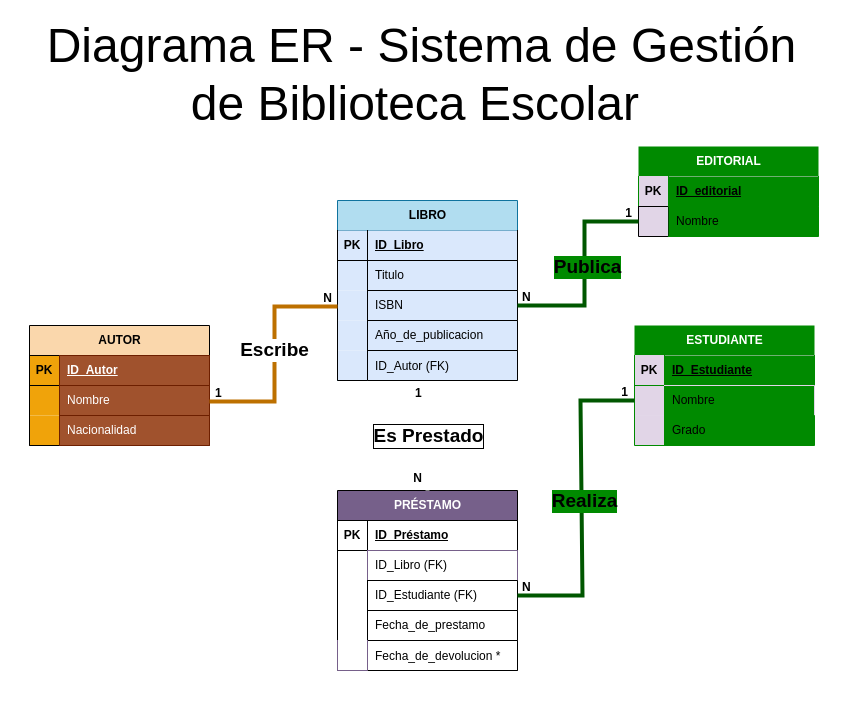
Before: Reto 3. Diseño de base de datos/Diseño Conceptual (Dia 1-3 - Entrega_ Diagrama ER).drawio in omtry/Fundamentos-de-Programacion---CicloII---C-, a draw.io diagram. Source tidied: cells renumbered, new cells numbered last; positions are measured from the earlier drawing's top-left corner, leaving out a move shared by most shapes. Both pictures are drawn from the tidied source at 100%, with x=0, y=0 at pixel (17, 59).
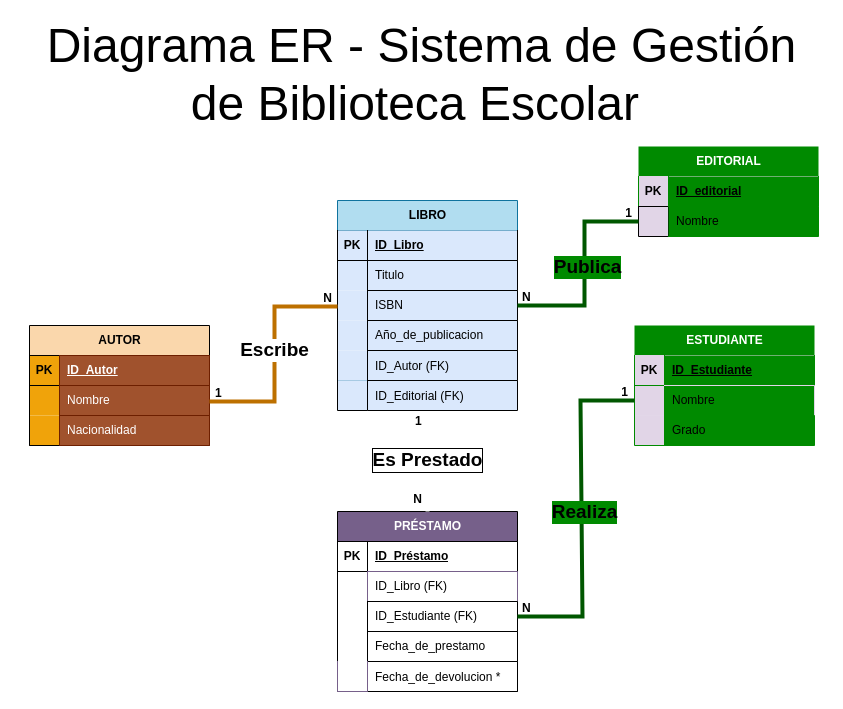
The same page after the edit.

Commit message (it also covers changes not shown here):
Fase 1 de reto 3 completada -- 21 de septiembre de 2025

Unchanged cells that the change refers to:
```xml
<mxCell id="29" style="shape=tableRow;horizontal=0;startSize=0;swimlaneHead=0;swimlaneBody=0;fillColor=light-dark(#E1D5E7,#FFB366);points=[[0,0.5],[1,0.5]];portConstraint=eastwest;top=0;left=0;right=0;bottom=0;fontColor=light-dark(#000000,#000000);strokeColor=inherit;" parent="25" vertex="1">
  <mxGeometry y="60" width="180" height="30" as="geometry" />
</mxCell>
<mxCell id="37" style="shape=tableRow;horizontal=0;startSize=0;swimlaneHead=0;swimlaneBody=0;fillColor=none;points=[[0,0.5],[1,0.5]];portConstraint=eastwest;top=0;left=0;right=0;bottom=0;fontColor=light-dark(#000000,#000000);" parent="36" vertex="1">
  <mxGeometry width="180" height="30" as="geometry" />
</mxCell>
<mxCell id="48" style="shape=tableRow;horizontal=0;startSize=0;swimlaneHead=0;swimlaneBody=0;fillColor=none;points=[[0,0.5],[1,0.5]];portConstraint=eastwest;top=0;left=0;right=0;bottom=0;fontColor=light-dark(#000000,#000000);" parent="41" vertex="1">
  <mxGeometry y="90" width="180" height="30" as="geometry" />
</mxCell>
```

Diff of the diagram source:
```diff
@@
-    <mxCell id="40" style="shape=partialRectangle;whiteSpace=wrap;html=1;top=0;left=1;fillColor=light-dark(#DAE8FC,#99CCFF);fontColor=light-dark(#000000,#000000);strokeColor=light-dark(#000000,#003366);right=1;" parent="1" vertex="1">
+    <mxCell id="40" style="shape=partialRectangle;whiteSpace=wrap;html=1;top=0;left=1;fillColor=light-dark(#DAE8FC,#99CCFF);fontColor=light-dark(#000000,#000000);strokeColor=light-dark(#000000,#003366);right=1;bottom=0;" parent="1" vertex="1">
       <mxGeometry x="320" y="291" width="30" height="30" as="geometry" />
     </mxCell>
     <mxCell id="41" value="PRÉSTAMO" style="shape=table;startSize=30;childLayout=tableLayout;rowLines=0;fontStyle=1;align=center;html=1;fontColor=light-dark(#FFFFFF,#FFFFFF);fillColor=light-dark(#76608A,#330066);strokeColor=light-dark(#000000,#330066);" parent="1" vertex="1">
-      <mxGeometry x="320" y="431" width="180" height="180" as="geometry" />
+      <mxGeometry x="320" y="452" width="180" height="180" as="geometry" />
     </mxCell>
@@
     <mxCell id="54" style="shape=partialRectangle;fillColor=none;top=0;left=0;bottom=0;right=0;overflow=hidden;whiteSpace=wrap;html=1;fontColor=light-dark(#000000,#000000);" parent="1" vertex="1">
-      <mxGeometry x="320" y="564" width="30" height="30" as="geometry" />
+      <mxGeometry x="320" y="585" width="30" height="30" as="geometry" />
     </mxCell>
     <mxCell id="55" style="shape=table;startSize=0;childLayout=tableLayout;rowLines=0;fontStyle=0;align=center;strokeColor=none;fillColor=none;whiteSpace=wrap;html=1;fontColor=light-dark(#000000,#000000);" parent="1" vertex="1">
-      <mxGeometry x="320" y="581" width="180" height="30" as="geometry" />
+      <mxGeometry x="320" y="602" width="180" height="30" as="geometry" />
     </mxCell>
@@
     <mxCell id="59" style="shape=partialRectangle;whiteSpace=wrap;html=1;top=0;left=1;fillColor=light-dark(#FFFFFF,#CC99FF);fontColor=light-dark(#000000,#000000);strokeColor=light-dark(#76608A,#330066);strokeWidth=1;" parent="1" vertex="1">
-      <mxGeometry x="320" y="581" width="30" height="30" as="geometry" />
+      <mxGeometry x="320" y="602" width="30" height="30" as="geometry" />
     </mxCell>
@@
-    <mxCell id="64" style="endArrow=none;html=1;rounded=0;entryX=0.5;entryY=0;entryDx=0;entryDy=0;exitX=0.501;exitY=1.053;exitDx=0;exitDy=0;exitPerimeter=0;fontColor=light-dark(#000000,#000000);strokeColor=light-dark(#FFFFFF,#99CCFF);fillColor=#76608a;strokeWidth=4;" parent="1" edge="1" source="37" target="41">
+    <mxCell id="64" style="endArrow=none;html=1;rounded=0;entryX=0.5;entryY=0;entryDx=0;entryDy=0;exitX=0.498;exitY=0.994;exitDx=0;exitDy=0;exitPerimeter=0;fontColor=light-dark(#000000,#000000);strokeColor=light-dark(#FFFFFF,#99CCFF);fillColor=#76608a;strokeWidth=4;" parent="1" edge="1" source="85" target="41">
       <mxGeometry relative="1" as="geometry" />
     </mxCell>
@@
     <mxCell id="67" value="Es Prestado" style="edgeLabel;html=1;align=center;verticalAlign=middle;fontColor=light-dark(#000000,#000000);labelBackgroundColor=light-dark(#FFFFFF,#99CCFF);labelBorderColor=default;spacingTop=2;spacing=5;fontSize=19;fontStyle=1;" parent="64" vertex="1">
       <mxGeometry x="-0.02" y="1" relative="1" as="geometry">
-        <mxPoint x="-1" as="offset" />
+        <mxPoint x="-1" y="-1" as="offset" />
       </mxGeometry>
     </mxCell>
     <mxCell id="68" style="endArrow=none;html=1;rounded=0;exitX=1;exitY=0.5;exitDx=0;exitDy=0;entryX=0;entryY=0.5;entryDx=0;entryDy=0;fontColor=light-dark(#000000,#000000);fillColor=#008a00;strokeColor=#005700;strokeWidth=4;" parent="1" edge="1" source="48" target="29">
       <mxGeometry relative="1" as="geometry">
         <Array as="points">
-          <mxPoint x="565" y="536" />
+          <mxPoint x="565" y="557" />
           <mxPoint x="563" y="341" />
         </Array>
       </mxGeometry>
     </mxCell>
@@
+    <mxCell id="84" style="shape=table;startSize=0;childLayout=tableLayout;rowLines=0;fontStyle=0;align=center;strokeColor=none;fillColor=none;whiteSpace=wrap;html=1;fontColor=light-dark(#000000,#000000);" parent="1" vertex="1">
+      <mxGeometry x="320" y="321" width="180" height="30" as="geometry" />
+    </mxCell>
+    <mxCell id="85" style="shape=tableRow;horizontal=0;startSize=0;swimlaneHead=0;swimlaneBody=0;fillColor=none;points=[[0,0.5],[1,0.5]];portConstraint=eastwest;top=0;left=0;right=0;bottom=0;fontColor=light-dark(#000000,#000000);" parent="84" vertex="1">
+      <mxGeometry width="180" height="30" as="geometry" />
+    </mxCell>
+    <mxCell id="86" style="shape=partialRectangle;fillColor=none;top=0;left=0;bottom=0;right=0;overflow=hidden;fontColor=light-dark(#000000,#000000);" parent="85" vertex="1">
+      <mxGeometry width="30" height="30" as="geometry" />
+    </mxCell>
+    <mxCell id="87" value="ID_Editorial (FK)" style="shape=partialRectangle;fillColor=light-dark(#DAE8FC,#007FFF);top=1;left=1;bottom=1;right=1;align=left;spacingLeft=6;overflow=hidden;strokeColor=light-dark(#000000,#003366);fontColor=light-dark(#000000,#000000);" parent="85" vertex="1">
+      <mxGeometry x="30" width="150" height="30" as="geometry" />
+    </mxCell>
+    <mxCell id="88" style="shape=partialRectangle;whiteSpace=wrap;html=1;top=0;left=1;fillColor=light-dark(#DAE8FC,#99CCFF);fontColor=light-dark(#000000,#000000);strokeColor=light-dark(#000000,#003366);right=1;" parent="1" vertex="1">
+      <mxGeometry x="320" y="321" width="30" height="30" as="geometry" />
+    </mxCell>
```
